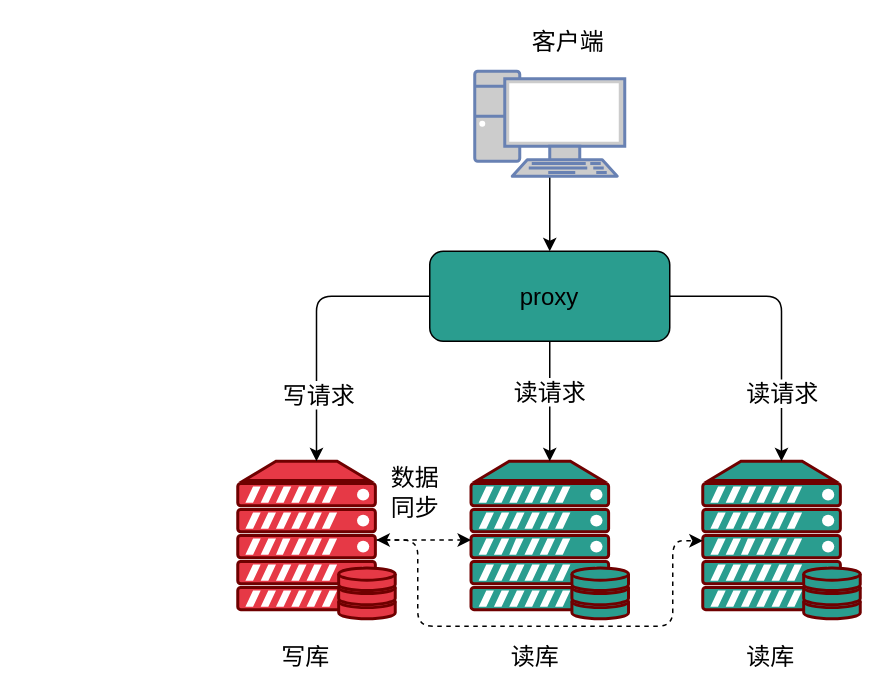
This is page "mysql-proxy-readwrite" (2 of 45) of mysql/mysql.drawio from boilingfrog/Go-POINT, a draw.io file, before an edit. Source tidied: cells renumbered, new cells numbered last; positions are measured from the earlier drawing's top-left corner, leaving out a move shared by most shapes. Both pictures are drawn from the tidied source at 150%, with x=0, y=0 at pixel (237, 26).
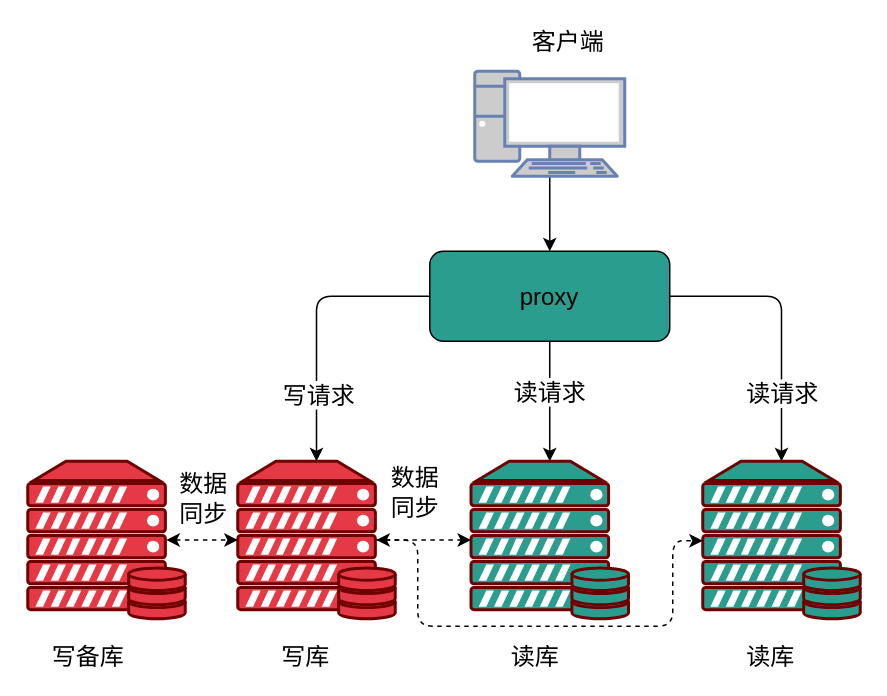
Above is the later version.

Unchanged cells that the change refers to:
```xml
<mxCell id="7" style="fontColor=#ffffff;verticalAlign=top;verticalLabelPosition=bottom;labelPosition=center;align=center;html=1;outlineConnect=0;fillColor=#E63946;strokeColor=#6F0000;gradientDirection=north;strokeWidth=2;shape=mxgraph.networks.server_storage;" parent="1" vertex="1">
  <mxGeometry y="290" width="105" height="105" as="geometry" />
</mxCell>
```

The edit, as a diff of the source:
```diff
@@
+    <mxCell id="21" style="edgeStyle=none;html=1;entryX=0;entryY=0.5;entryDx=0;entryDy=0;entryPerimeter=0;fontSize=16;exitX=0.88;exitY=0.5;exitDx=0;exitDy=0;exitPerimeter=0;startArrow=classic;startFill=1;dashed=1;" parent="1" edge="1" source="22" target="7">
+      <mxGeometry relative="1" as="geometry" />
+    </mxCell>
+    <mxCell id="22" style="fontColor=#ffffff;verticalAlign=top;verticalLabelPosition=bottom;labelPosition=center;align=center;html=1;outlineConnect=0;fillColor=#E63946;strokeColor=#6F0000;gradientDirection=north;strokeWidth=2;shape=mxgraph.networks.server_storage;" parent="1" vertex="1">
+      <mxGeometry x="-140" y="290" width="105" height="105" as="geometry" />
+    </mxCell>
+    <mxCell id="23" value="&lt;font style=&quot;font-size: 16px&quot;&gt;写备库&lt;/font&gt;" style="text;html=1;align=center;verticalAlign=middle;strokeColor=none;fillColor=none;" parent="1" vertex="1">
+      <mxGeometry x="-130" y="410" width="60" height="20" as="geometry" />
+    </mxCell>
+    <mxCell id="24" value="数据&lt;br&gt;同步" style="edgeLabel;html=1;align=center;verticalAlign=middle;fontSize=16;" parent="1" vertex="1">
+      <mxGeometry x="96" y="342.5" as="geometry">
+        <mxPoint x="-120" y="-28" as="offset" />
+      </mxGeometry>
+    </mxCell>
```
